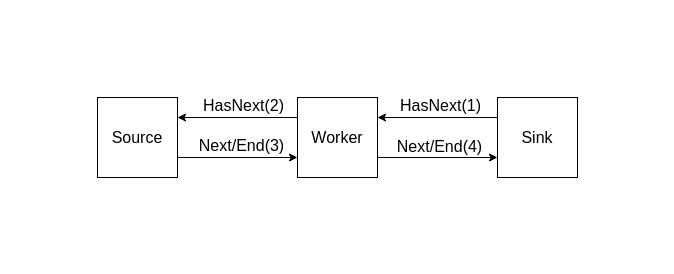
This is doc/stream.drawio from shlax/wisp, a draw.io file, before an edit. Source tidied: cells renumbered, new cells numbered last; positions are measured from the earlier drawing's top-left corner, leaving out a move shared by most shapes. Both pictures are drawn from the tidied source at 100%, with x=0, y=0 at pixel (17, 17).
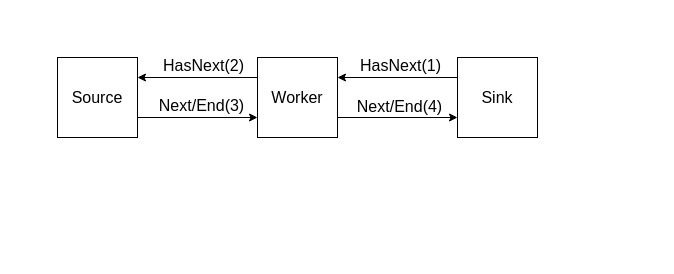
The same page after the edit.

The edit, as a diff of the source:
```diff
@@
-<mxGraphModel>
+<mxGraphModel background="#ffffff">
   <root>
     <mxCell id="0" />
     <mxCell id="1" parent="0" />
+    <mxCell id="5" style="swimlane;startSize=0;fillStyle=solid;rounded=1;perimeterSpacing=10;shadow=0;glass=0;labelBackgroundColor=default;swimlaneLine=0;strokeWidth=1;strokeColor=none;" parent="1" vertex="1">
+      <mxGeometry width="560" height="160" as="geometry" />
+    </mxCell>
-    <mxCell id="2" value="Source" style="rounded=0;whiteSpace=wrap;html=1;fontSize=16;" parent="1" vertex="1">
-      <mxGeometry x="80" y="80" width="80" height="80" as="geometry" />
+    <mxCell id="2" value="Source" style="rounded=0;whiteSpace=wrap;html=1;fontSize=16;" parent="5" vertex="1">
+      <mxGeometry x="40" y="40" width="80" height="80" as="geometry" />
     </mxCell>
-    <mxCell id="3" style="endArrow=classic;html=1;rounded=0;entryX=1;entryY=0.25;entryDx=0;entryDy=0;exitX=0;exitY=0.25;exitDx=0;exitDy=0;" parent="1" edge="1" source="10" target="2">
+    <mxCell id="3" style="endArrow=classic;html=1;rounded=0;entryX=1;entryY=0.25;entryDx=0;entryDy=0;exitX=0;exitY=0.25;exitDx=0;exitDy=0;" parent="5" edge="1" source="10" target="2">
       <mxGeometry relative="1" as="geometry" />
     </mxCell>
-    <mxCell id="4" style="endArrow=classic;html=1;rounded=0;entryX=0;entryY=0.75;entryDx=0;entryDy=0;exitX=1;exitY=0.75;exitDx=0;exitDy=0;" parent="1" edge="1" source="2" target="10">
+    <mxCell id="4" style="endArrow=classic;html=1;rounded=0;entryX=0;entryY=0.75;entryDx=0;entryDy=0;exitX=1;exitY=0.75;exitDx=0;exitDy=0;" parent="5" edge="1" source="2" target="10">
       <mxGeometry relative="1" as="geometry" />
     </mxCell>
-    <mxCell id="5" style="swimlane;startSize=0;fillStyle=solid;fillColor=#FFFFFF;gradientColor=none;strokeColor=none;rounded=1;" parent="1" vertex="1">
-      <mxGeometry width="640" height="240" as="geometry" />
-    </mxCell>
     <mxCell id="6" value="Sink" style="rounded=0;whiteSpace=wrap;html=1;fontSize=16;" parent="5" vertex="1">
-      <mxGeometry x="480" y="80" width="80" height="80" as="geometry" />
+      <mxGeometry x="440" y="40" width="80" height="80" as="geometry" />
     </mxCell>
     <mxCell id="7" style="endArrow=classic;html=1;rounded=0;entryX=1;entryY=0.25;entryDx=0;entryDy=0;exitX=0;exitY=0.25;exitDx=0;exitDy=0;" parent="5" edge="1" target="10">
       <mxGeometry relative="1" as="geometry">
-        <mxPoint x="480" y="100" as="sourcePoint" />
+        <mxPoint x="440" y="60" as="sourcePoint" />
       </mxGeometry>
     </mxCell>
     <mxCell id="8" value="HasNext(1)" style="edgeLabel;html=1;align=center;verticalAlign=middle;fontSize=16;" parent="7" vertex="1">
       <mxGeometry x="0.28" relative="1" as="geometry">
         <mxPoint x="19" y="-13" as="offset" />
       </mxGeometry>
     </mxCell>
     <mxCell id="9" style="endArrow=classic;html=1;rounded=0;entryX=0;entryY=0.75;entryDx=0;entryDy=0;exitX=1;exitY=0.75;exitDx=0;exitDy=0;" parent="5" edge="1" target="6">
       <mxGeometry relative="1" as="geometry">
-        <mxPoint x="360" y="140" as="sourcePoint" />
+        <mxPoint x="320" y="100" as="sourcePoint" />
       </mxGeometry>
     </mxCell>
     <mxCell id="10" value="Worker" style="rounded=0;whiteSpace=wrap;html=1;fontSize=16;" parent="5" vertex="1">
-      <mxGeometry x="280" y="80" width="80" height="80" as="geometry" />
+      <mxGeometry x="240" y="40" width="80" height="80" as="geometry" />
     </mxCell>
     <mxCell id="11" value="Next/End(4)" style="edgeLabel;html=1;align=center;verticalAlign=middle;fontSize=16;" parent="5" vertex="1">
-      <mxGeometry x="369" y="122" as="geometry">
+      <mxGeometry x="329" y="82" as="geometry">
         <mxPoint x="52" y="6" as="offset" />
       </mxGeometry>
     </mxCell>
+    <mxCell id="13" value="Next/End(3)" style="edgeLabel;html=1;align=center;verticalAlign=middle;fontSize=16;" parent="5" vertex="1">
+      <mxGeometry x="181" y="87" as="geometry">
+        <mxPoint x="2" as="offset" />
+      </mxGeometry>
+    </mxCell>
     <mxCell id="12" value="HasNext(2)" style="edgeLabel;html=1;align=center;verticalAlign=middle;fontSize=16;" parent="5" vertex="1">
-      <mxGeometry x="223" y="87" as="geometry">
+      <mxGeometry x="183" y="47" as="geometry">
         <mxPoint x="2" as="offset" />
       </mxGeometry>
     </mxCell>
-    <mxCell id="13" value="Next/End(3)" style="edgeLabel;html=1;align=center;verticalAlign=middle;fontSize=16;" parent="5" vertex="1">
-      <mxGeometry x="221" y="127" as="geometry">
-        <mxPoint x="2" as="offset" />
-      </mxGeometry>
-    </mxCell>
   </root>
 </mxGraphModel>
```
